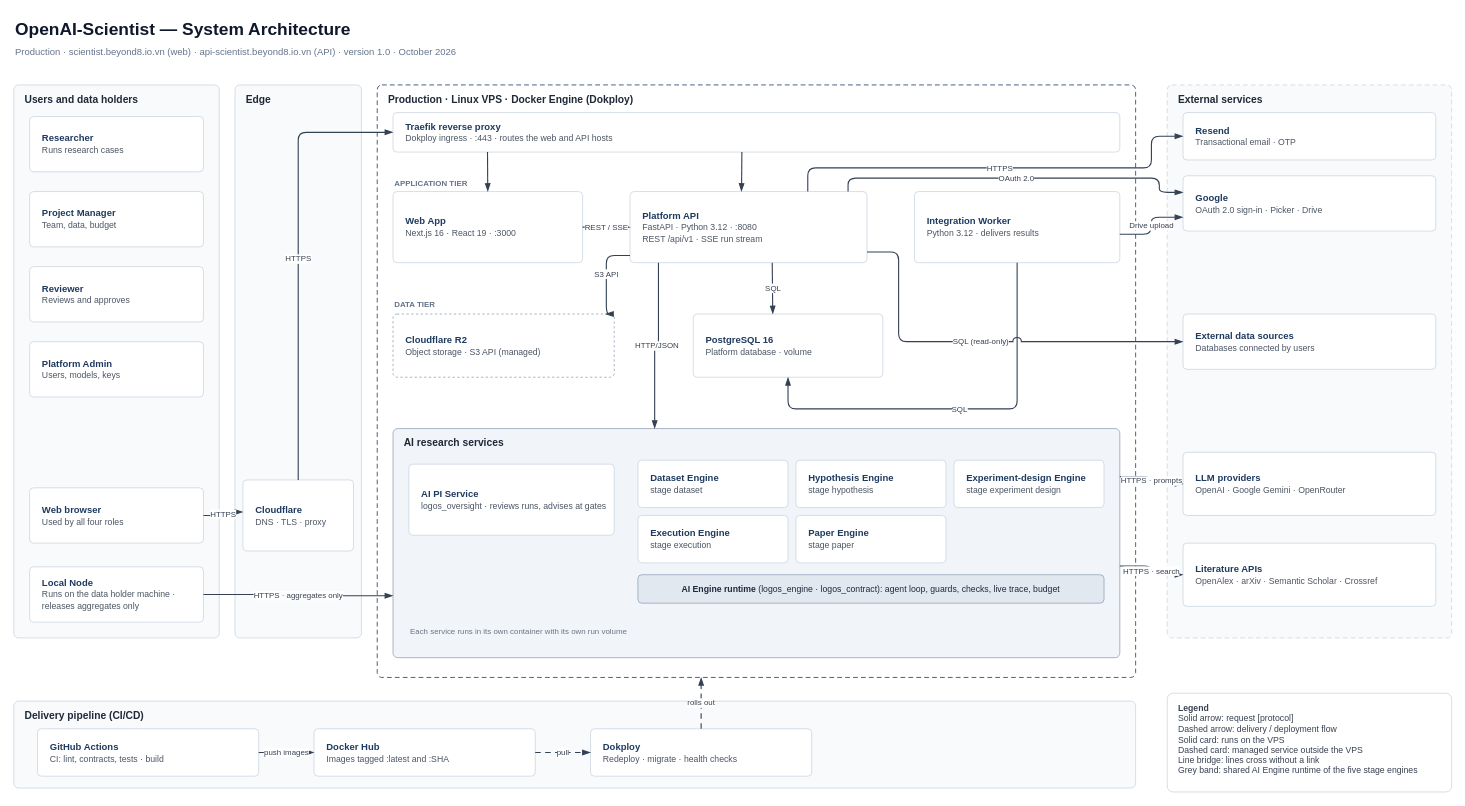
This is diagrams/04-system-overview/System-Architecture-Diagram.drawio from openai-scientist/docs, a draw.io file, before an edit. Source tidied: cells renumbered, new cells numbered last; positions are measured from the earlier drawing's top-left corner, leaving out a move shared by most shapes. Both pictures are drawn from the tidied source at 79%, with x=0, y=0 at pixel (13, 13).
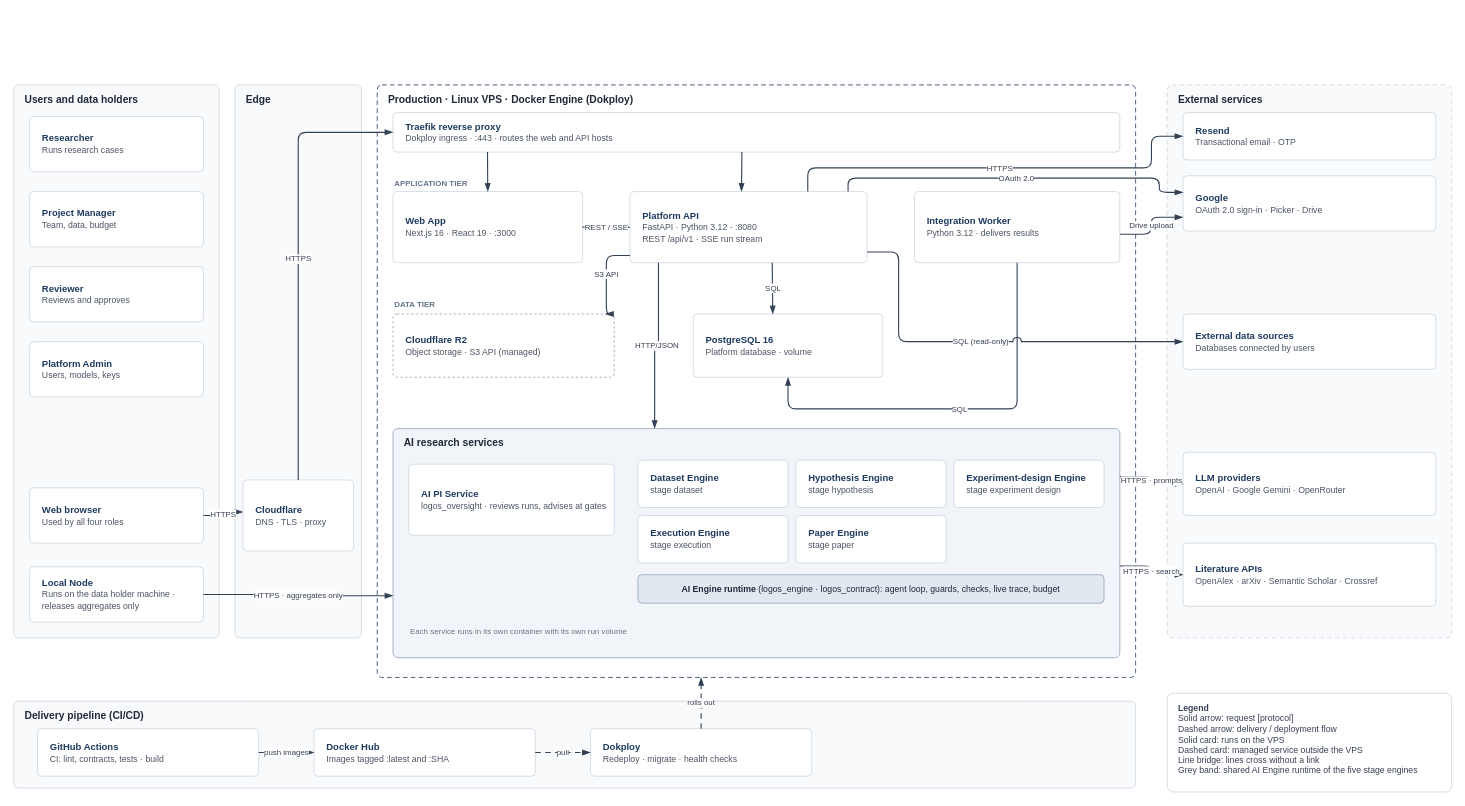
The same diagram, later.

What changed in the source:
```diff
@@
-    <mxCell id="2" value="&lt;b&gt;OpenAI-Scientist — System Architecture&lt;/b&gt;" style="fontFamily=Arial;html=1;whiteSpace=wrap;text;fontSize=22;fontColor=#0F172A;align=left;" parent="1" vertex="1">
-      <mxGeometry width="900" height="32" as="geometry" />
-    </mxCell>
-    <mxCell id="3" value="Production · scientist.beyond8.io.vn (web) · api-scientist.beyond8.io.vn (API) · version 1.0 · October 2026" style="fontFamily=Arial;html=1;whiteSpace=wrap;text;fontSize=12;fontColor=#64748B;align=left;" parent="1" vertex="1">
-      <mxGeometry y="34" width="1100" height="22" as="geometry" />
-    </mxCell>
```
